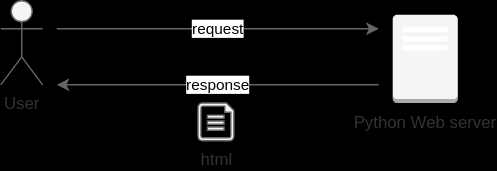
Above: workflow.drawio.svg in BlackFLX/SimpleWebApp (draw.io), before the change. Source tidied: cells renumbered, new cells last; positions are measured from the earlier drawing's top-left corner, leaving out a move shared by most shapes.
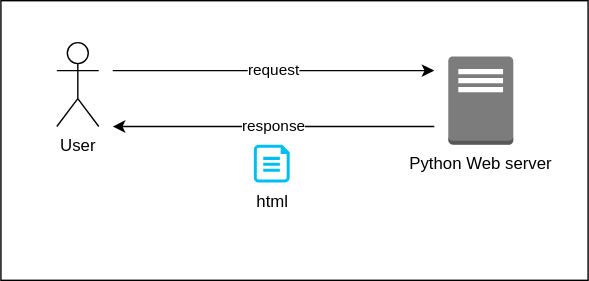
The same diagram one commit later.

Change to the diagram source:
```diff
@@ -1,26 +1,29 @@
-<mxGraphModel background="#000000">
+<mxGraphModel>
   <root>
     <mxCell id="0" />
     <mxCell id="1" parent="0" />
+    <mxCell id="7" style="rounded=0;whiteSpace=wrap;html=1;" parent="1" vertex="1">
+      <mxGeometry x="-40" y="-30" width="420" height="200" as="geometry" />
+    </mxCell>
-    <mxCell id="2" value="User" style="shape=umlActor;verticalLabelPosition=bottom;verticalAlign=top;html=1;fillColor=#f5f5f5;strokeColor=#666666;fontColor=#333333;" parent="1" vertex="1">
+    <mxCell id="2" value="User" style="shape=umlActor;verticalLabelPosition=bottom;verticalAlign=top;html=1;" parent="1" vertex="1">
       <mxGeometry width="30" height="60" as="geometry" />
     </mxCell>
-    <mxCell id="3" value="Python Web server" style="dashed=0;verticalLabelPosition=bottom;verticalAlign=top;align=center;html=1;shape=mxgraph.aws3.traditional_server;fillColor=#f5f5f5;fontColor=#333333;strokeColor=#666666;" parent="1" vertex="1">
+    <mxCell id="3" value="Python Web server" style="dashed=0;verticalLabelPosition=bottom;verticalAlign=top;align=center;html=1;shape=mxgraph.aws3.traditional_server;fillColor=#7D7C7C;gradientColor=none;" parent="1" vertex="1">
       <mxGeometry x="280" y="10" width="46.5" height="63" as="geometry" />
     </mxCell>
-    <mxCell id="4" value="request" style="endArrow=classic;html=1;flowAnimation=1;fillColor=#f5f5f5;strokeColor=#666666;" parent="1" edge="1">
+    <mxCell id="4" value="request" style="endArrow=classic;html=1;flowAnimation=1;" parent="1" edge="1">
       <mxGeometry relative="1" as="geometry">
         <mxPoint x="40" y="20" as="sourcePoint" />
         <mxPoint x="270" y="20" as="targetPoint" />
       </mxGeometry>
     </mxCell>
-    <mxCell id="5" value="response" style="endArrow=classic;html=1;flowAnimation=1;fillColor=#f5f5f5;strokeColor=#666666;" parent="1" edge="1">
+    <mxCell id="5" value="response" style="endArrow=classic;html=1;flowAnimation=1;" parent="1" edge="1">
       <mxGeometry relative="1" as="geometry">
         <mxPoint x="270" y="60" as="sourcePoint" />
         <mxPoint x="40" y="60" as="targetPoint" />
       </mxGeometry>
     </mxCell>
-    <mxCell id="6" value="html" style="verticalLabelPosition=bottom;html=1;verticalAlign=top;align=center;strokeColor=#666666;fillColor=#f5f5f5;shape=mxgraph.azure.file;fontColor=#333333;" parent="1" vertex="1">
+    <mxCell id="6" value="html" style="verticalLabelPosition=bottom;html=1;verticalAlign=top;align=center;strokeColor=none;fillColor=#00BEF2;shape=mxgraph.azure.file;" parent="1" vertex="1">
       <mxGeometry x="140.9" y="73" width="25.6" height="27" as="geometry" />
     </mxCell>
   </root>
```
